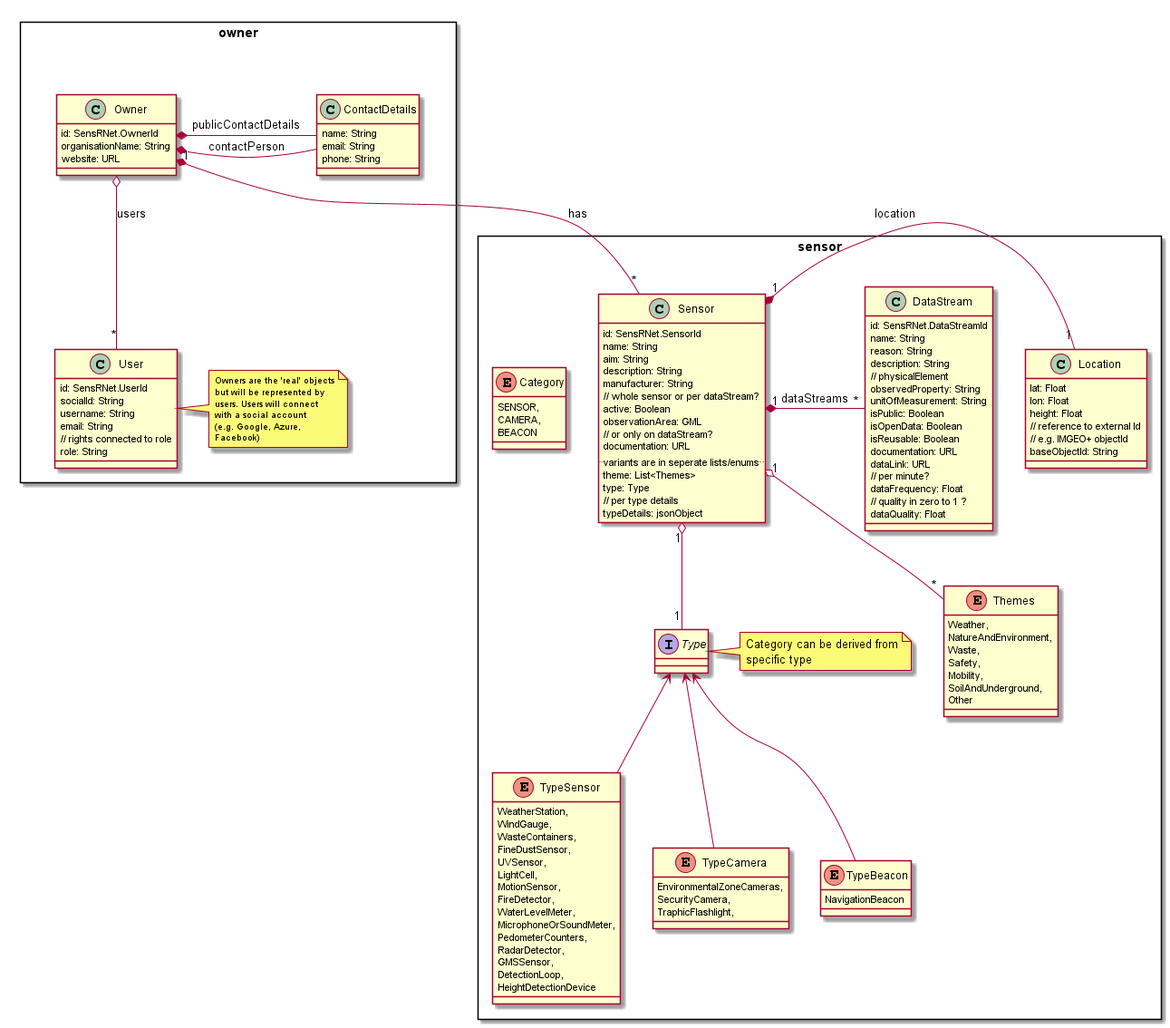
kadaster-labs/sensrnet-home keeps this PlantUML diagram as images/SensRNet-UML-Model.png. Above is the earlier version.
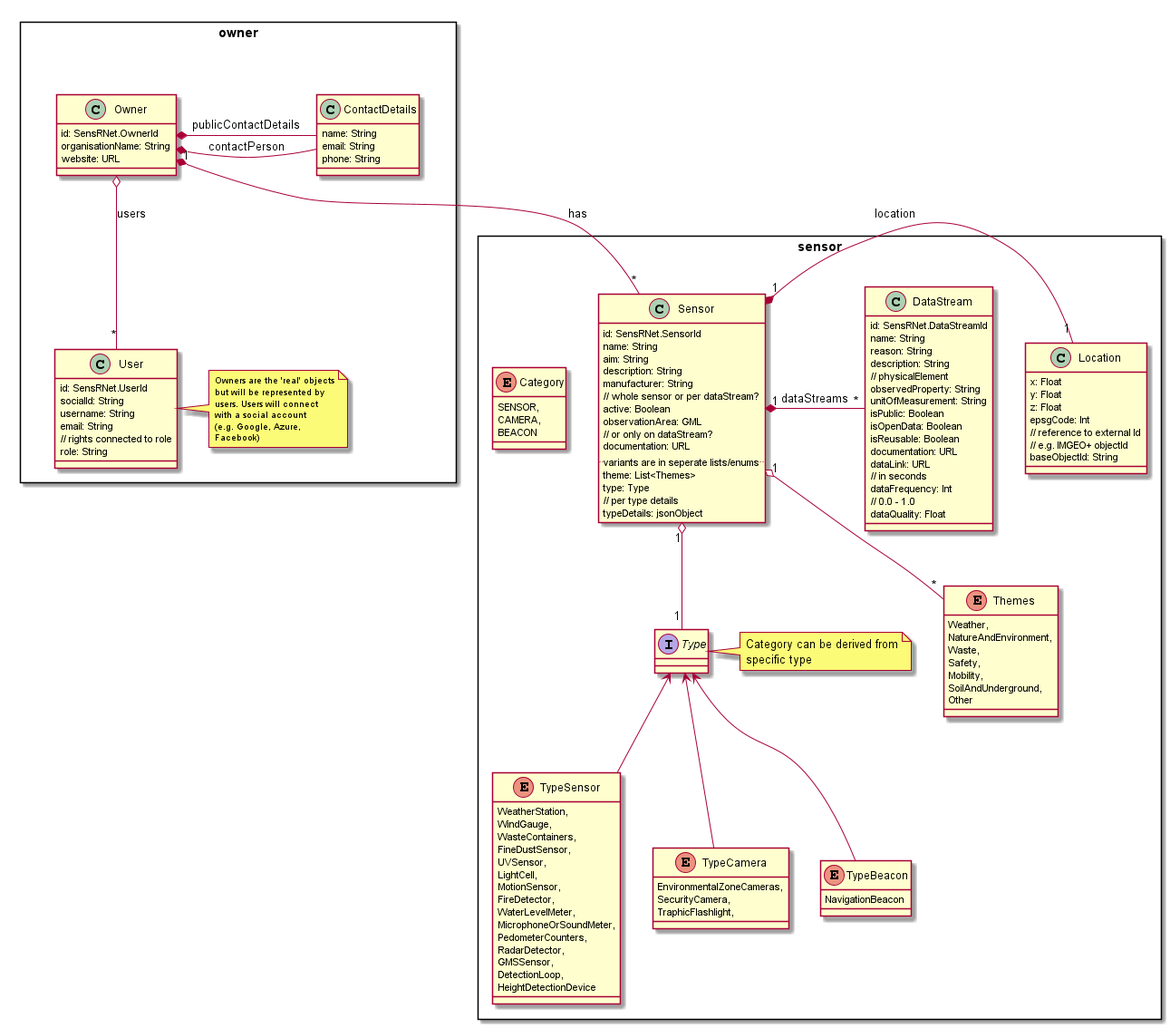
The same diagram one commit later.

Commit message:
location from lon,lat to epsg

Change to the diagram source:
```diff
@@ -110,9 +110,10 @@
     }
 
     class Location {
-        lat: Float
-        lon: Float
-        height: Float
+        x: Float
+        y: Float
+        z: Float
+        epsgCode: Int
         // reference to external Id
         // e.g. IMGEO+ objectId
         baseObjectId: String
@@ -131,9 +132,9 @@
         isReusable: Boolean
         documentation: URL
         dataLink: URL
-        // per minute?
-        dataFrequency: Float
-        // quality in zero to 1 ?
+        // in seconds
+        dataFrequency: Int
+        // 0.0 - 1.0
         dataQuality: Float
     }
 
```
